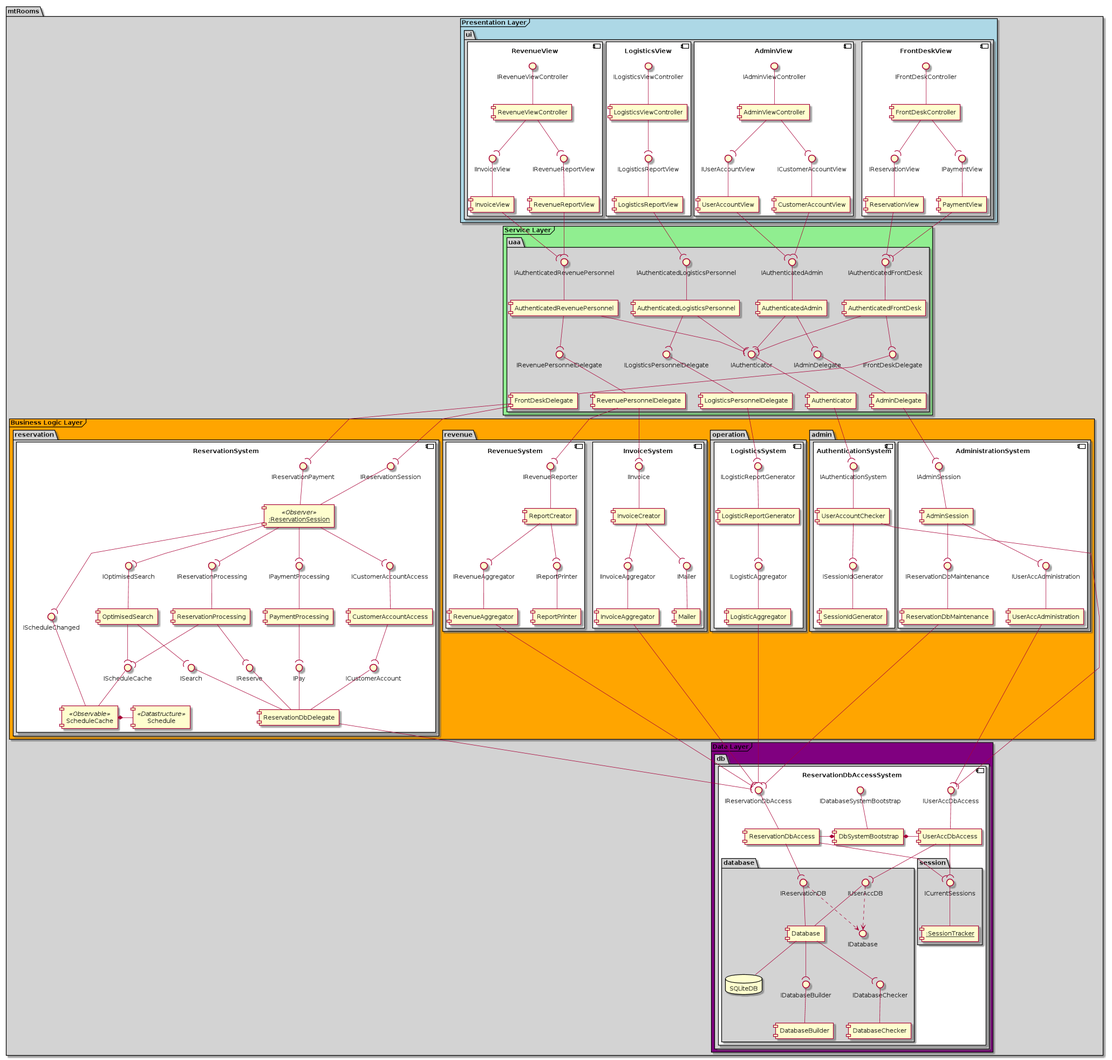
Above: docs/uml/architecture/architecture.png in BBKbeam/mtRooms (PlantUML), before the change.
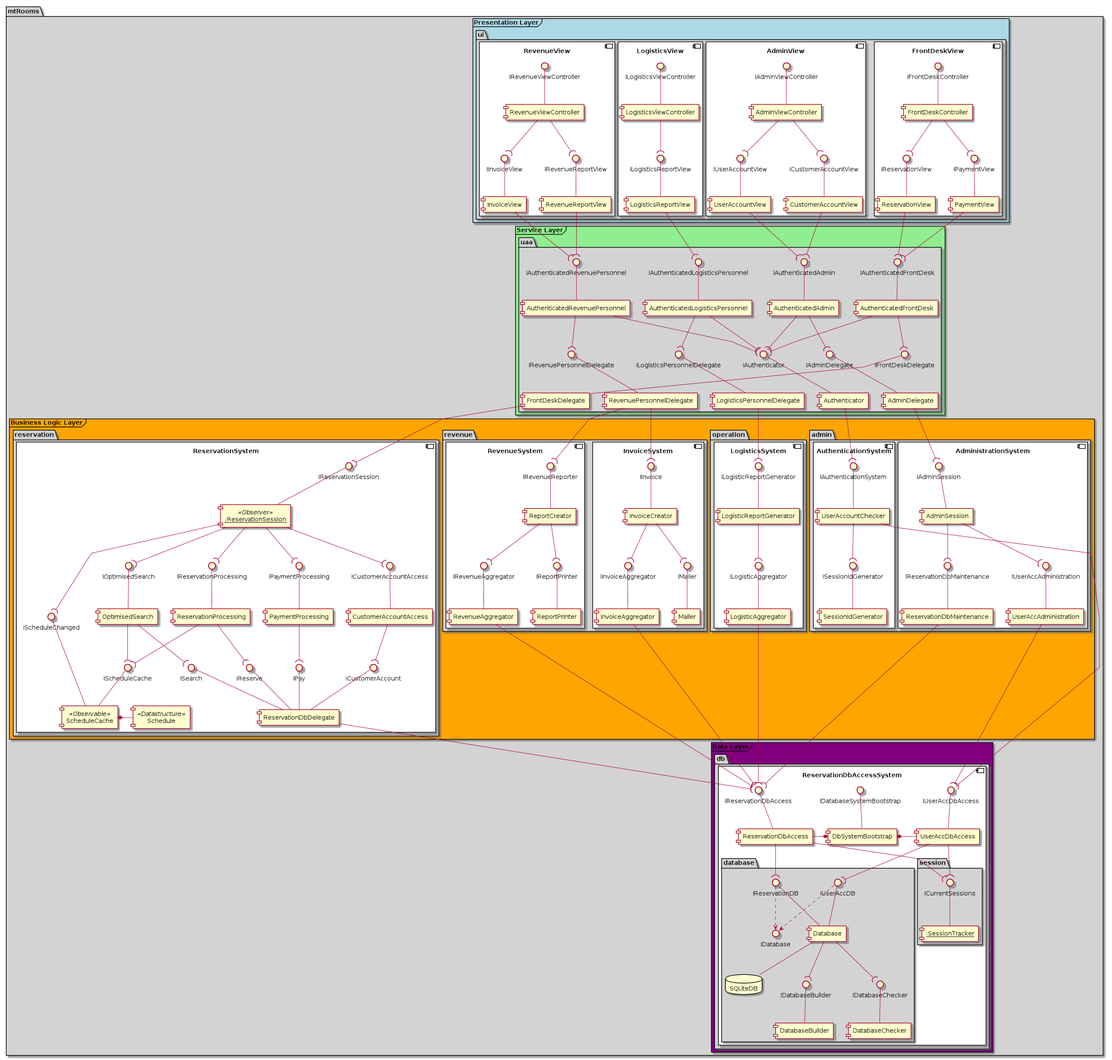
After the commit.

Diff of the diagram source:
```diff
@@ -76,7 +76,6 @@
                 [Schedule] <<Datastructure>> as Schedule
 
                 IReservationSession -- [ReservationSession]
-                IReservationPayment -- [ReservationSession]
                 IOptimisedSearch -- [OptimisedSearch]
                 IReservationProcessing -- [ReservationProcessing]
                 IPaymentProcessing -- [PaymentProcessing]
@@ -202,7 +201,6 @@
     Authenticator --( IAuthenticationSystem
 
     FrontDeskDelegate --( IReservationSession
-    FrontDeskDelegate --( IReservationPayment
 
     RevenuePersonnelDelegate --( IRevenueReporter
     RevenuePersonnelDelegate --( IInvoice
```
